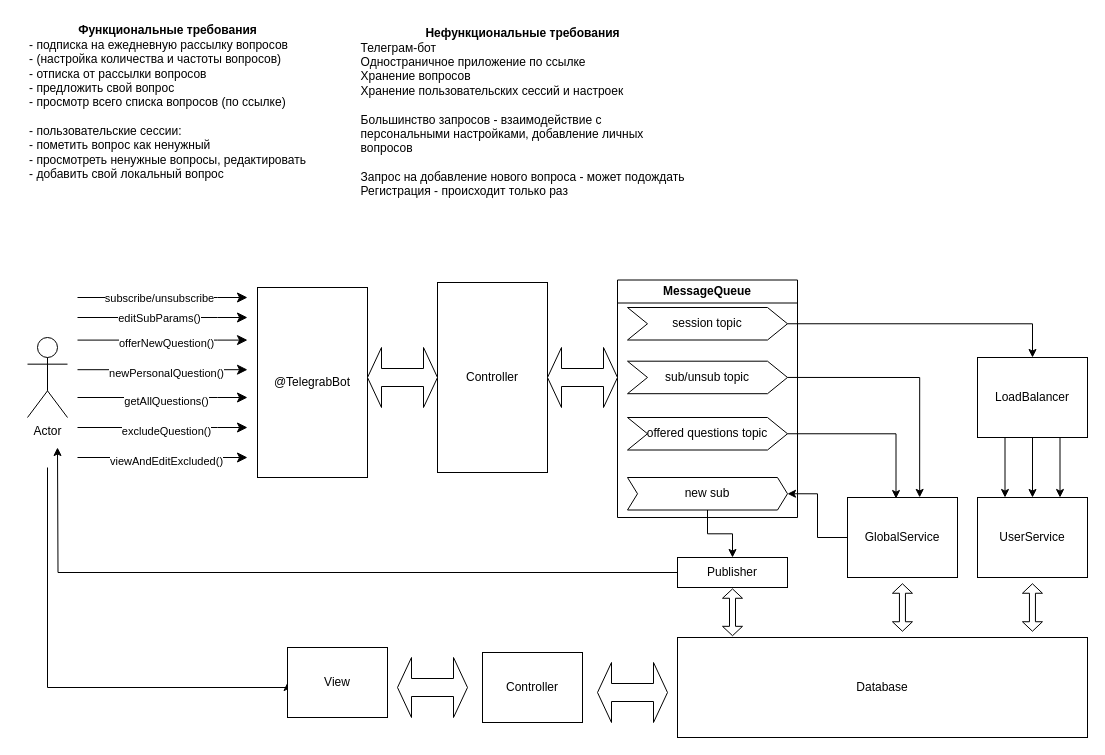
Above: SobesCracker.drawio in maksarts/test-project-files (draw.io), before the change. Source tidied: cells renumbered, new cells numbered last; positions are measured from the earlier drawing's top-left corner, leaving out a move shared by most shapes. Both pictures are drawn from the tidied source at 100%, with x=0, y=0 at pixel (17, 17).
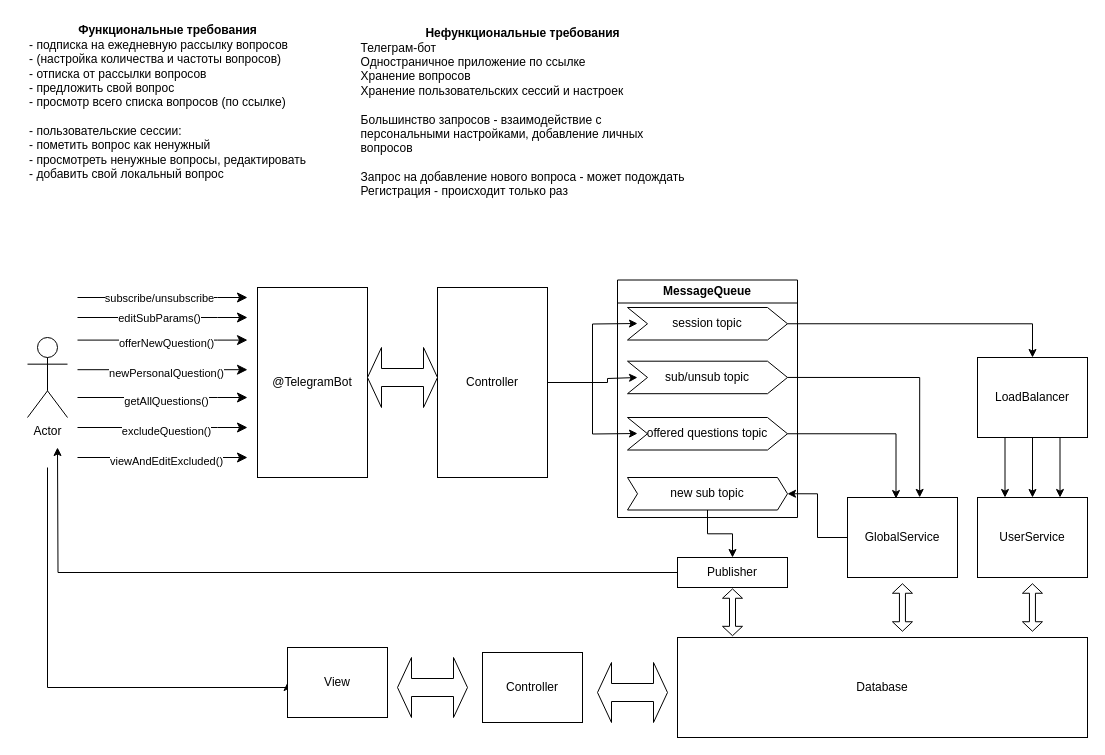
After the change.

Unchanged cells that the change refers to:
```xml
<mxCell id="24" value="MessageQueue" style="swimlane;whiteSpace=wrap;html=1;" parent="1" vertex="1">
  <mxGeometry x="600" y="262.5" width="180" height="237.5" as="geometry" />
</mxCell>
```

Diff of the diagram source:
```diff
@@
-    <mxCell id="6" value="@TelegrabBot" style="html=1;whiteSpace=wrap;" parent="1" vertex="1">
+    <mxCell id="6" value="@TelegramBot" style="html=1;whiteSpace=wrap;" parent="1" vertex="1">
       <mxGeometry x="240" y="270" width="110" height="190" as="geometry" />
     </mxCell>
@@
+    <mxCell id="50" style="edgeStyle=orthogonalEdgeStyle;rounded=0;jettySize=auto;html=1;exitX=1;exitY=0.5;exitDx=0;exitDy=0;" parent="1" edge="1" source="19">
+      <mxGeometry relative="1" as="geometry">
+        <mxPoint x="620" y="306" as="targetPoint" />
+      </mxGeometry>
+    </mxCell>
+    <mxCell id="51" style="edgeStyle=orthogonalEdgeStyle;rounded=0;jettySize=auto;html=1;exitX=1;exitY=0.5;exitDx=0;exitDy=0;" parent="1" edge="1" source="19">
+      <mxGeometry relative="1" as="geometry">
+        <mxPoint x="620" y="360" as="targetPoint" />
+        <Array as="points">
+          <mxPoint x="590" y="365" />
+          <mxPoint x="590" y="361" />
+          <mxPoint x="620" y="361" />
+        </Array>
+      </mxGeometry>
+    </mxCell>
+    <mxCell id="52" style="edgeStyle=orthogonalEdgeStyle;rounded=0;jettySize=auto;html=1;exitX=1;exitY=0.5;exitDx=0;exitDy=0;" parent="1" edge="1" source="19">
+      <mxGeometry relative="1" as="geometry">
+        <mxPoint x="620" y="416" as="targetPoint" />
+      </mxGeometry>
+    </mxCell>
     <mxCell id="19" value="Controller" style="html=1;whiteSpace=wrap;" parent="1" vertex="1">
-      <mxGeometry x="420" y="265" width="110" height="190" as="geometry" />
+      <mxGeometry x="420" y="270" width="110" height="190" as="geometry" />
     </mxCell>
@@
-    <mxCell id="28" value="new sub" style="shape=step;perimeter=stepPerimeter;whiteSpace=wrap;html=1;fixedSize=1;size=10;" parent="24" vertex="1">
+    <mxCell id="28" value="new sub topic" style="shape=step;perimeter=stepPerimeter;whiteSpace=wrap;html=1;fixedSize=1;size=10;" parent="24" vertex="1">
       <mxGeometry x="10" y="197.5" width="160" height="32.5" as="geometry" />
     </mxCell>
-    <mxCell id="29" style="shape=doubleArrow;whiteSpace=wrap;html=1;" parent="1" vertex="1">
-      <mxGeometry x="530" y="330" width="70" height="60" as="geometry" />
-    </mxCell>
```
